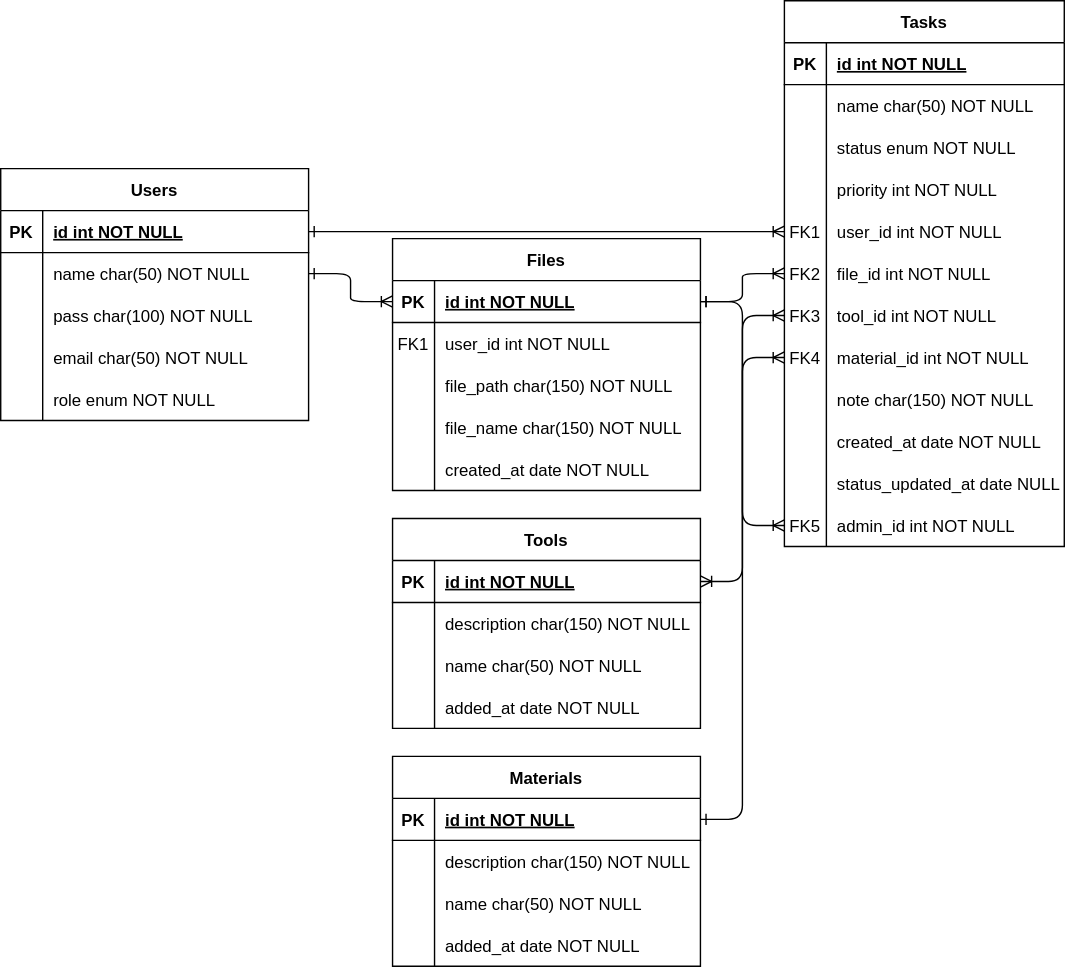
Above: docs/design/db/db-entity-relationship.drawio.svg in Leandro-Bertoluzzi/remote-cnc-workgroup (draw.io), before the change. Source tidied: cells renumbered, new cells last; positions are measured from the earlier drawing's top-left corner, leaving out a move shared by most shapes.
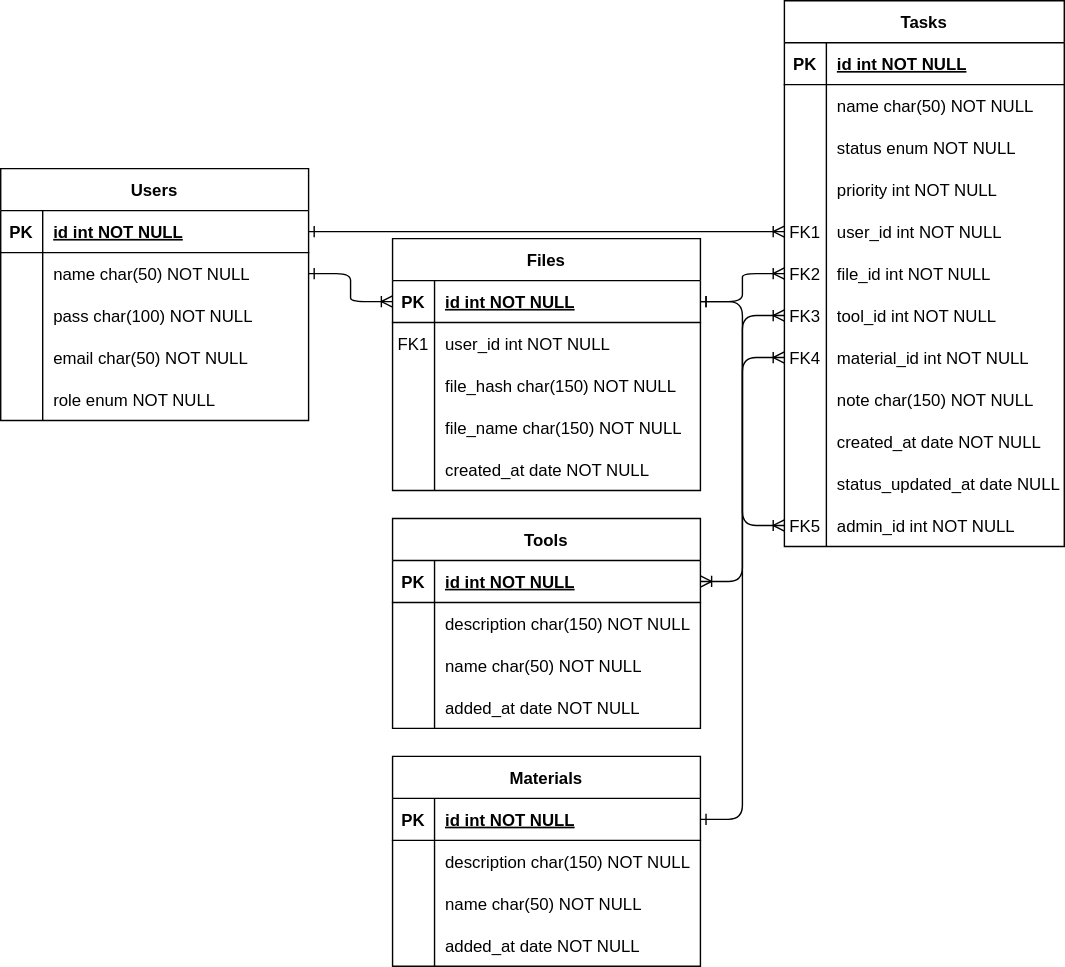
After the commit.

What changed in the source:
```diff
@@ -230,7 +230,7 @@
     <mxCell id="77" style="shape=partialRectangle;overflow=hidden;fillColor=none;top=0;left=0;bottom=0;right=0;" parent="76" vertex="1">
       <mxGeometry width="30" height="30" as="geometry" />
     </mxCell>
-    <mxCell id="78" value="file_path char(150) NOT NULL" style="shape=partialRectangle;overflow=hidden;fillColor=none;top=0;left=0;bottom=0;right=0;align=left;spacingLeft=6;" parent="76" vertex="1">
+    <mxCell id="78" value="file_hash char(150) NOT NULL" style="shape=partialRectangle;overflow=hidden;fillColor=none;top=0;left=0;bottom=0;right=0;align=left;spacingLeft=6;" parent="76" vertex="1">
       <mxGeometry x="30" width="190" height="30" as="geometry" />
     </mxCell>
     <mxCell id="79" style="shape=partialRectangle;fillColor=none;top=0;left=0;right=0;bottom=0;" parent="69" vertex="1">
```
